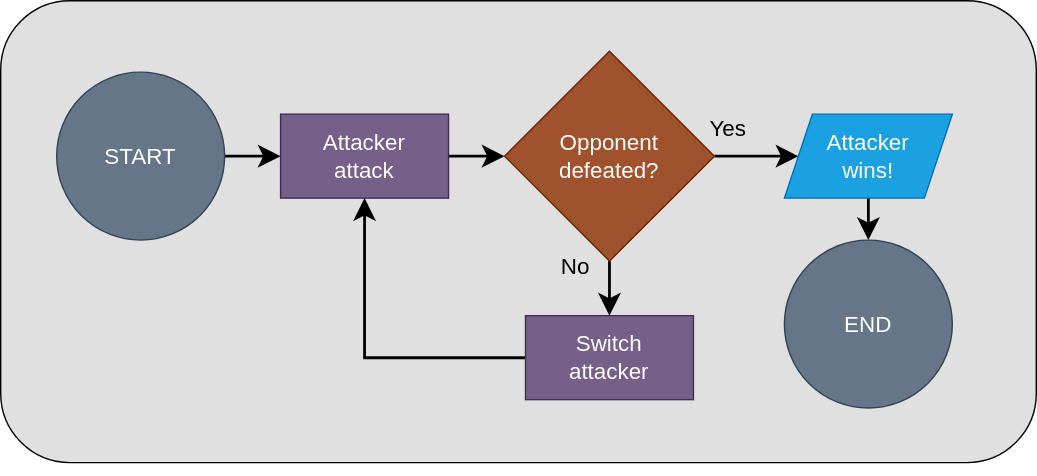
This is practice/unit_4/solutions/exercise_2/flowcharts/exercise_2_2_flowchart.drawio.svg from PdxCodeGuild/Programming102, a draw.io export, as it was before one commit. Source tidied: cells renumbered, new cells last; positions are measured from the earlier drawing's top-left corner, leaving out a move shared by most shapes. The source it was exported from:
```xml
<mxGraphModel>
  <root>
    <mxCell id="0" />
    <mxCell id="1" parent="0" />
    <mxCell id="2" style="rounded=1;whiteSpace=wrap;html=1;fillColor=#E0E0E0;" parent="1" vertex="1">
      <mxGeometry width="740" height="330" as="geometry" />
    </mxCell>
    <mxCell id="3" style="edgeStyle=orthogonalEdgeStyle;rounded=0;jettySize=auto;html=1;fontColor=#000000;strokeColor=#000000;strokeWidth=2;endSize=10;" parent="1" edge="1" source="4" target="6">
      <mxGeometry relative="1" as="geometry" />
    </mxCell>
    <mxCell id="4" value="&lt;font style=&quot;font-size: 16px&quot;&gt;START&lt;/font&gt;" style="ellipse;whiteSpace=wrap;html=1;fillColor=#647687;strokeColor=#314354;fontColor=#ffffff;" parent="1" vertex="1">
      <mxGeometry x="40" y="51" width="120" height="120" as="geometry" />
    </mxCell>
    <mxCell id="5" style="edgeStyle=orthogonalEdgeStyle;rounded=0;jettySize=auto;html=1;fontColor=#000000;strokeColor=#000000;strokeWidth=2;endSize=10;" parent="1" edge="1" source="6" target="9">
      <mxGeometry relative="1" as="geometry" />
    </mxCell>
    <mxCell id="6" value="Attacker&lt;br&gt;attack" style="rounded=0;whiteSpace=wrap;html=1;fillColor=#76608a;strokeColor=#432D57;fontColor=#ffffff;fontSize=16;" parent="1" vertex="1">
      <mxGeometry x="200" y="81" width="120" height="60" as="geometry" />
    </mxCell>
    <mxCell id="7" style="edgeStyle=orthogonalEdgeStyle;rounded=0;jettySize=auto;html=1;exitX=0.5;exitY=1;exitDx=0;exitDy=0;entryX=0.5;entryY=0;entryDx=0;entryDy=0;fontColor=#000000;strokeColor=#000000;strokeWidth=2;endSize=10;" parent="1" edge="1" source="9" target="14">
      <mxGeometry relative="1" as="geometry" />
    </mxCell>
    <mxCell id="8" style="edgeStyle=orthogonalEdgeStyle;rounded=0;jettySize=auto;html=1;exitX=1;exitY=0.5;exitDx=0;exitDy=0;entryX=0;entryY=0.5;entryDx=0;entryDy=0;fontColor=#000000;strokeColor=#000000;strokeWidth=2;endSize=10;" parent="1" edge="1" source="9" target="11">
      <mxGeometry relative="1" as="geometry" />
    </mxCell>
    <mxCell id="9" value="Opponent&lt;br style=&quot;font-size: 16px&quot;&gt;defeated?" style="rhombus;whiteSpace=wrap;html=1;fillColor=#a0522d;strokeColor=#6D1F00;fontColor=#ffffff;fontSize=16;" parent="1" vertex="1">
      <mxGeometry x="360" y="36" width="150" height="150" as="geometry" />
    </mxCell>
    <mxCell id="10" style="edgeStyle=orthogonalEdgeStyle;rounded=0;jettySize=auto;html=1;entryX=0.5;entryY=0;entryDx=0;entryDy=0;fontColor=#000000;strokeColor=#000000;strokeWidth=2;endSize=10;" parent="1" edge="1" source="11" target="16">
      <mxGeometry relative="1" as="geometry" />
    </mxCell>
    <mxCell id="11" value="Attacker&lt;br&gt;&amp;nbsp;wins!" style="shape=parallelogram;perimeter=parallelogramPerimeter;whiteSpace=wrap;html=1;fixedSize=1;fontSize=16;fillColor=#1ba1e2;strokeColor=#006EAF;fontColor=#ffffff;" parent="1" vertex="1">
      <mxGeometry x="560" y="81" width="120" height="60" as="geometry" />
    </mxCell>
    <mxCell id="12" value="No" style="text;html=1;strokeColor=none;fillColor=none;align=center;verticalAlign=middle;whiteSpace=wrap;rounded=0;fontSize=16;fontColor=#000000;" parent="1" vertex="1">
      <mxGeometry x="391" y="180" width="40" height="20" as="geometry" />
    </mxCell>
    <mxCell id="13" style="edgeStyle=orthogonalEdgeStyle;rounded=0;jettySize=auto;html=1;fontColor=#000000;strokeColor=#000000;entryX=0.5;entryY=1;entryDx=0;entryDy=0;strokeWidth=2;endSize=10;" parent="1" edge="1" source="14" target="6">
      <mxGeometry relative="1" as="geometry" />
    </mxCell>
    <mxCell id="14" value="Switch &lt;br&gt;attacker" style="rounded=0;whiteSpace=wrap;html=1;fontSize=16;fillColor=#76608a;strokeColor=#432D57;fontColor=#ffffff;" parent="1" vertex="1">
      <mxGeometry x="375" y="225" width="120" height="60" as="geometry" />
    </mxCell>
    <mxCell id="15" style="edgeStyle=orthogonalEdgeStyle;rounded=0;jettySize=auto;html=1;exitX=1;exitY=0.5;exitDx=0;exitDy=0;entryX=0;entryY=0.5;entryDx=0;entryDy=0;fontColor=#000000;strokeColor=#000000;" parent="1" edge="1" target="x">
      <mxGeometry relative="1" as="geometry">
        <mxPoint x="510" y="395" as="sourcePoint" />
      </mxGeometry>
    </mxCell>
    <mxCell id="16" value="&lt;font style=&quot;font-size: 16px&quot;&gt;END&lt;/font&gt;" style="ellipse;whiteSpace=wrap;html=1;fillColor=#647687;strokeColor=#314354;fontColor=#ffffff;" parent="1" vertex="1">
      <mxGeometry x="560" y="171" width="120" height="120" as="geometry" />
    </mxCell>
    <mxCell id="17" value="Yes" style="text;html=1;strokeColor=none;fillColor=none;align=center;verticalAlign=middle;whiteSpace=wrap;rounded=0;fontSize=16;fontColor=#000000;" parent="1" vertex="1">
      <mxGeometry x="500" y="81" width="40" height="20" as="geometry" />
    </mxCell>
    <mxCell id="18" style="edgeStyle=orthogonalEdgeStyle;rounded=0;orthogonalLoop=1;jettySize=auto;html=1;exitX=0.5;exitY=1;exitDx=0;exitDy=0;" parent="1" edge="1" source="2" target="2">
      <mxGeometry relative="1" as="geometry" />
    </mxCell>
  </root>
</mxGraphModel>
```
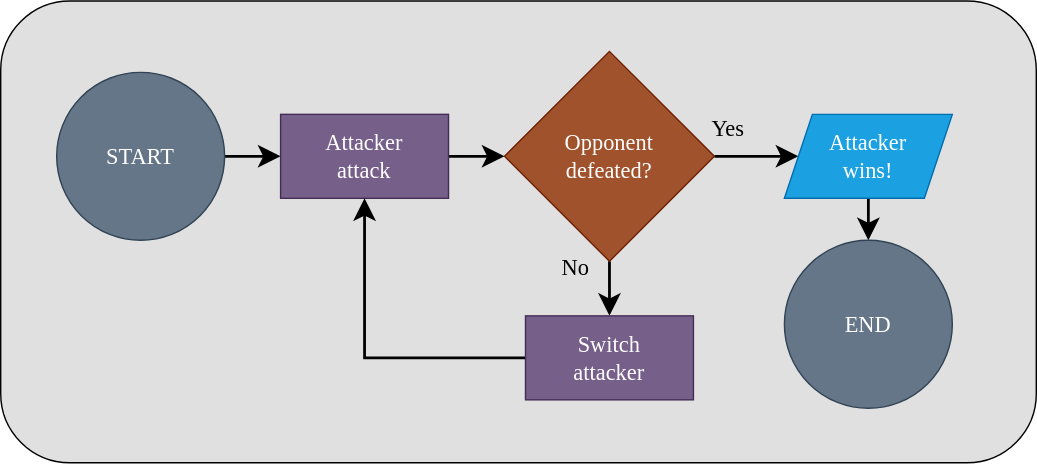
The same diagram one commit later.

Diff of the diagram source:
```diff
@@ -2,57 +2,57 @@
   <root>
     <mxCell id="0" />
     <mxCell id="1" parent="0" />
-    <mxCell id="2" style="rounded=1;whiteSpace=wrap;html=1;fillColor=#E0E0E0;" parent="1" vertex="1">
+    <mxCell id="2" style="rounded=1;whiteSpace=wrap;html=1;fillColor=#E0E0E0;fontFamily=raleway;fontSource=https%3A%2F%2Ffonts.googleapis.com%2Fcss%3Ffamily%3Draleway;" parent="1" vertex="1">
       <mxGeometry width="740" height="330" as="geometry" />
     </mxCell>
-    <mxCell id="3" style="edgeStyle=orthogonalEdgeStyle;rounded=0;jettySize=auto;html=1;fontColor=#000000;strokeColor=#000000;strokeWidth=2;endSize=10;" parent="1" edge="1" source="4" target="6">
+    <mxCell id="3" style="edgeStyle=orthogonalEdgeStyle;rounded=0;jettySize=auto;html=1;fontColor=#000000;strokeColor=#000000;strokeWidth=2;endSize=10;fontFamily=raleway;fontSource=https%3A%2F%2Ffonts.googleapis.com%2Fcss%3Ffamily%3Draleway;" parent="1" edge="1" source="4" target="6">
       <mxGeometry relative="1" as="geometry" />
     </mxCell>
-    <mxCell id="4" value="&lt;font style=&quot;font-size: 16px&quot;&gt;START&lt;/font&gt;" style="ellipse;whiteSpace=wrap;html=1;fillColor=#647687;strokeColor=#314354;fontColor=#ffffff;" parent="1" vertex="1">
+    <mxCell id="4" value="&lt;font style=&quot;font-size: 16px&quot;&gt;START&lt;/font&gt;" style="ellipse;whiteSpace=wrap;html=1;fillColor=#647687;strokeColor=#314354;fontColor=#ffffff;fontFamily=raleway;fontSource=https%3A%2F%2Ffonts.googleapis.com%2Fcss%3Ffamily%3Draleway;" parent="1" vertex="1">
       <mxGeometry x="40" y="51" width="120" height="120" as="geometry" />
     </mxCell>
-    <mxCell id="5" style="edgeStyle=orthogonalEdgeStyle;rounded=0;jettySize=auto;html=1;fontColor=#000000;strokeColor=#000000;strokeWidth=2;endSize=10;" parent="1" edge="1" source="6" target="9">
+    <mxCell id="5" style="edgeStyle=orthogonalEdgeStyle;rounded=0;jettySize=auto;html=1;fontColor=#000000;strokeColor=#000000;strokeWidth=2;endSize=10;fontFamily=raleway;fontSource=https%3A%2F%2Ffonts.googleapis.com%2Fcss%3Ffamily%3Draleway;" parent="1" edge="1" source="6" target="9">
       <mxGeometry relative="1" as="geometry" />
     </mxCell>
-    <mxCell id="6" value="Attacker&lt;br&gt;attack" style="rounded=0;whiteSpace=wrap;html=1;fillColor=#76608a;strokeColor=#432D57;fontColor=#ffffff;fontSize=16;" parent="1" vertex="1">
+    <mxCell id="6" value="Attacker&lt;br&gt;attack" style="rounded=0;whiteSpace=wrap;html=1;fillColor=#76608a;strokeColor=#432D57;fontColor=#ffffff;fontSize=16;fontFamily=raleway;fontSource=https%3A%2F%2Ffonts.googleapis.com%2Fcss%3Ffamily%3Draleway;" parent="1" vertex="1">
       <mxGeometry x="200" y="81" width="120" height="60" as="geometry" />
     </mxCell>
-    <mxCell id="7" style="edgeStyle=orthogonalEdgeStyle;rounded=0;jettySize=auto;html=1;exitX=0.5;exitY=1;exitDx=0;exitDy=0;entryX=0.5;entryY=0;entryDx=0;entryDy=0;fontColor=#000000;strokeColor=#000000;strokeWidth=2;endSize=10;" parent="1" edge="1" source="9" target="14">
+    <mxCell id="7" style="edgeStyle=orthogonalEdgeStyle;rounded=0;jettySize=auto;html=1;exitX=0.5;exitY=1;exitDx=0;exitDy=0;entryX=0.5;entryY=0;entryDx=0;entryDy=0;fontColor=#000000;strokeColor=#000000;strokeWidth=2;endSize=10;fontFamily=raleway;fontSource=https%3A%2F%2Ffonts.googleapis.com%2Fcss%3Ffamily%3Draleway;" parent="1" edge="1" source="9" target="14">
       <mxGeometry relative="1" as="geometry" />
     </mxCell>
-    <mxCell id="8" style="edgeStyle=orthogonalEdgeStyle;rounded=0;jettySize=auto;html=1;exitX=1;exitY=0.5;exitDx=0;exitDy=0;entryX=0;entryY=0.5;entryDx=0;entryDy=0;fontColor=#000000;strokeColor=#000000;strokeWidth=2;endSize=10;" parent="1" edge="1" source="9" target="11">
+    <mxCell id="8" style="edgeStyle=orthogonalEdgeStyle;rounded=0;jettySize=auto;html=1;exitX=1;exitY=0.5;exitDx=0;exitDy=0;entryX=0;entryY=0.5;entryDx=0;entryDy=0;fontColor=#000000;strokeColor=#000000;strokeWidth=2;endSize=10;fontFamily=raleway;fontSource=https%3A%2F%2Ffonts.googleapis.com%2Fcss%3Ffamily%3Draleway;" parent="1" edge="1" source="9" target="11">
       <mxGeometry relative="1" as="geometry" />
     </mxCell>
-    <mxCell id="9" value="Opponent&lt;br style=&quot;font-size: 16px&quot;&gt;defeated?" style="rhombus;whiteSpace=wrap;html=1;fillColor=#a0522d;strokeColor=#6D1F00;fontColor=#ffffff;fontSize=16;" parent="1" vertex="1">
+    <mxCell id="9" value="Opponent&lt;br style=&quot;font-size: 16px&quot;&gt;defeated?" style="rhombus;whiteSpace=wrap;html=1;fillColor=#a0522d;strokeColor=#6D1F00;fontColor=#ffffff;fontSize=16;fontFamily=raleway;fontSource=https%3A%2F%2Ffonts.googleapis.com%2Fcss%3Ffamily%3Draleway;" parent="1" vertex="1">
       <mxGeometry x="360" y="36" width="150" height="150" as="geometry" />
     </mxCell>
-    <mxCell id="10" style="edgeStyle=orthogonalEdgeStyle;rounded=0;jettySize=auto;html=1;entryX=0.5;entryY=0;entryDx=0;entryDy=0;fontColor=#000000;strokeColor=#000000;strokeWidth=2;endSize=10;" parent="1" edge="1" source="11" target="16">
+    <mxCell id="10" style="edgeStyle=orthogonalEdgeStyle;rounded=0;jettySize=auto;html=1;entryX=0.5;entryY=0;entryDx=0;entryDy=0;fontColor=#000000;strokeColor=#000000;strokeWidth=2;endSize=10;fontFamily=raleway;fontSource=https%3A%2F%2Ffonts.googleapis.com%2Fcss%3Ffamily%3Draleway;" parent="1" edge="1" source="11" target="16">
       <mxGeometry relative="1" as="geometry" />
     </mxCell>
-    <mxCell id="11" value="Attacker&lt;br&gt;&amp;nbsp;wins!" style="shape=parallelogram;perimeter=parallelogramPerimeter;whiteSpace=wrap;html=1;fixedSize=1;fontSize=16;fillColor=#1ba1e2;strokeColor=#006EAF;fontColor=#ffffff;" parent="1" vertex="1">
+    <mxCell id="11" value="Attacker&lt;br&gt;&amp;nbsp;wins!" style="shape=parallelogram;perimeter=parallelogramPerimeter;whiteSpace=wrap;html=1;fixedSize=1;fontSize=16;fillColor=#1ba1e2;strokeColor=#006EAF;fontColor=#ffffff;fontFamily=raleway;fontSource=https%3A%2F%2Ffonts.googleapis.com%2Fcss%3Ffamily%3Draleway;" parent="1" vertex="1">
       <mxGeometry x="560" y="81" width="120" height="60" as="geometry" />
     </mxCell>
-    <mxCell id="12" value="No" style="text;html=1;strokeColor=none;fillColor=none;align=center;verticalAlign=middle;whiteSpace=wrap;rounded=0;fontSize=16;fontColor=#000000;" parent="1" vertex="1">
+    <mxCell id="12" value="No" style="text;html=1;strokeColor=none;fillColor=none;align=center;verticalAlign=middle;whiteSpace=wrap;rounded=0;fontSize=16;fontColor=#000000;fontFamily=raleway;fontSource=https%3A%2F%2Ffonts.googleapis.com%2Fcss%3Ffamily%3Draleway;" parent="1" vertex="1">
       <mxGeometry x="391" y="180" width="40" height="20" as="geometry" />
     </mxCell>
-    <mxCell id="13" style="edgeStyle=orthogonalEdgeStyle;rounded=0;jettySize=auto;html=1;fontColor=#000000;strokeColor=#000000;entryX=0.5;entryY=1;entryDx=0;entryDy=0;strokeWidth=2;endSize=10;" parent="1" edge="1" source="14" target="6">
+    <mxCell id="13" style="edgeStyle=orthogonalEdgeStyle;rounded=0;jettySize=auto;html=1;fontColor=#000000;strokeColor=#000000;entryX=0.5;entryY=1;entryDx=0;entryDy=0;strokeWidth=2;endSize=10;fontFamily=raleway;fontSource=https%3A%2F%2Ffonts.googleapis.com%2Fcss%3Ffamily%3Draleway;" parent="1" edge="1" source="14" target="6">
       <mxGeometry relative="1" as="geometry" />
     </mxCell>
-    <mxCell id="14" value="Switch &lt;br&gt;attacker" style="rounded=0;whiteSpace=wrap;html=1;fontSize=16;fillColor=#76608a;strokeColor=#432D57;fontColor=#ffffff;" parent="1" vertex="1">
+    <mxCell id="14" value="Switch &lt;br&gt;attacker" style="rounded=0;whiteSpace=wrap;html=1;fontSize=16;fillColor=#76608a;strokeColor=#432D57;fontColor=#ffffff;fontFamily=raleway;fontSource=https%3A%2F%2Ffonts.googleapis.com%2Fcss%3Ffamily%3Draleway;" parent="1" vertex="1">
       <mxGeometry x="375" y="225" width="120" height="60" as="geometry" />
     </mxCell>
-    <mxCell id="15" style="edgeStyle=orthogonalEdgeStyle;rounded=0;jettySize=auto;html=1;exitX=1;exitY=0.5;exitDx=0;exitDy=0;entryX=0;entryY=0.5;entryDx=0;entryDy=0;fontColor=#000000;strokeColor=#000000;" parent="1" edge="1" target="x">
+    <mxCell id="15" style="edgeStyle=orthogonalEdgeStyle;rounded=0;orthogonalLoop=1;jettySize=auto;html=1;exitX=1;exitY=0.5;exitDx=0;exitDy=0;entryX=0;entryY=0.5;entryDx=0;entryDy=0;fontColor=#000000;strokeColor=#000000;" parent="1" edge="1">
       <mxGeometry relative="1" as="geometry">
         <mxPoint x="510" y="395" as="sourcePoint" />
       </mxGeometry>
     </mxCell>
-    <mxCell id="16" value="&lt;font style=&quot;font-size: 16px&quot;&gt;END&lt;/font&gt;" style="ellipse;whiteSpace=wrap;html=1;fillColor=#647687;strokeColor=#314354;fontColor=#ffffff;" parent="1" vertex="1">
+    <mxCell id="16" value="&lt;font style=&quot;font-size: 16px&quot;&gt;END&lt;/font&gt;" style="ellipse;whiteSpace=wrap;html=1;fillColor=#647687;strokeColor=#314354;fontColor=#ffffff;fontFamily=raleway;fontSource=https%3A%2F%2Ffonts.googleapis.com%2Fcss%3Ffamily%3Draleway;" parent="1" vertex="1">
       <mxGeometry x="560" y="171" width="120" height="120" as="geometry" />
     </mxCell>
-    <mxCell id="17" value="Yes" style="text;html=1;strokeColor=none;fillColor=none;align=center;verticalAlign=middle;whiteSpace=wrap;rounded=0;fontSize=16;fontColor=#000000;" parent="1" vertex="1">
+    <mxCell id="17" value="Yes" style="text;html=1;strokeColor=none;fillColor=none;align=center;verticalAlign=middle;whiteSpace=wrap;rounded=0;fontSize=16;fontColor=#000000;fontFamily=raleway;fontSource=https%3A%2F%2Ffonts.googleapis.com%2Fcss%3Ffamily%3Draleway;" parent="1" vertex="1">
       <mxGeometry x="500" y="81" width="40" height="20" as="geometry" />
     </mxCell>
-    <mxCell id="18" style="edgeStyle=orthogonalEdgeStyle;rounded=0;orthogonalLoop=1;jettySize=auto;html=1;exitX=0.5;exitY=1;exitDx=0;exitDy=0;" parent="1" edge="1" source="2" target="2">
+    <mxCell id="18" style="edgeStyle=orthogonalEdgeStyle;rounded=0;orthogonalLoop=1;jettySize=auto;html=1;exitX=0.5;exitY=1;exitDx=0;exitDy=0;fontFamily=raleway;fontSource=https%3A%2F%2Ffonts.googleapis.com%2Fcss%3Ffamily%3Draleway;" parent="1" edge="1" source="2" target="2">
       <mxGeometry relative="1" as="geometry" />
     </mxCell>
   </root>
```
